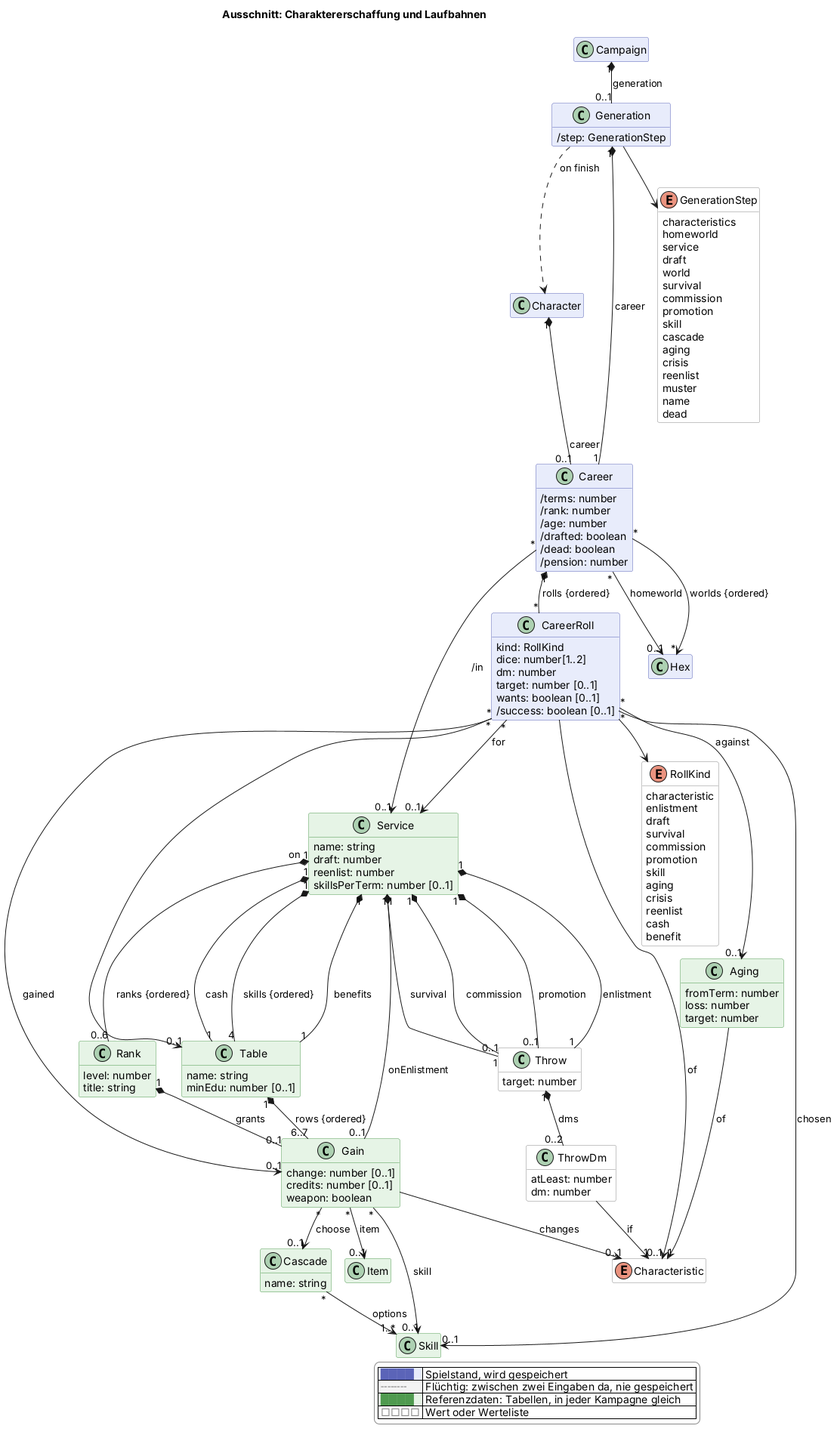
scuzzar/SRE keeps this PlantUML diagram as docs/views/erschaffung.png. Above is the earlier version.
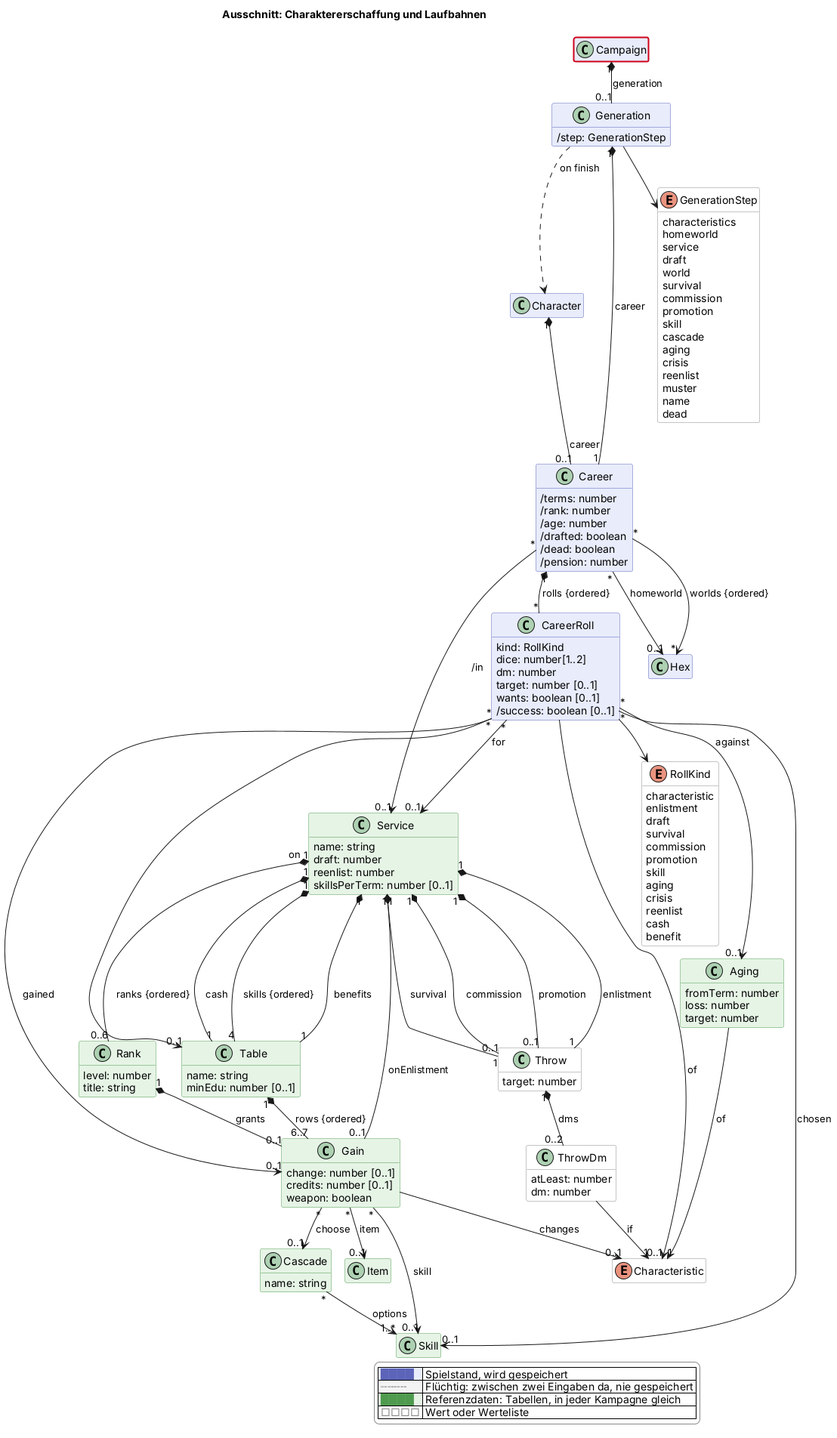
After the commit.

The edit, as a diff of the source:
```diff
@@ -93,6 +93,7 @@
 
 
 
+
   class Skill <<reference>> $charakter
   class Service <<reference>> $erschaffung {
     name: string
@@ -164,6 +165,7 @@
   enum Characteristic <<value>> $charakter
 
 
+
 Campaign "1" *-- "0..1" Generation : generation
 Generation "1" *-- "1" Career : career
 Generation ..> Character : on finish
@@ -216,4 +218,5 @@
   |<#e6f4e6> <color:#4f9a4f>████</color> | Referenzdaten: Tabellen, in jeder Kampagne gleich |
   |<#ffffff> <color:#8a8a8a>□□□□</color> | Wert oder Werteliste |
 endlegend
+class Campaign #line:d0021b;line.bold
 @enduml
```
